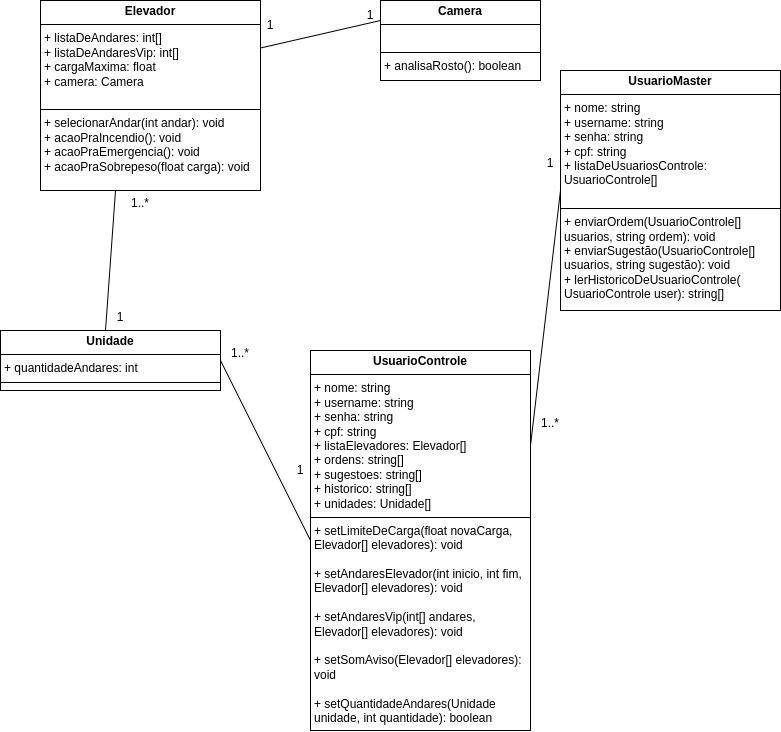
Before: diagramaClasse.drawio.png, a diagram exported from draw.io (AngeloGabriel-dev/Sistema-Elevadores-UML). Source tidied: cells renumbered, new cells last; positions are measured from the earlier drawing's top-left corner, leaving out a move shared by most shapes.
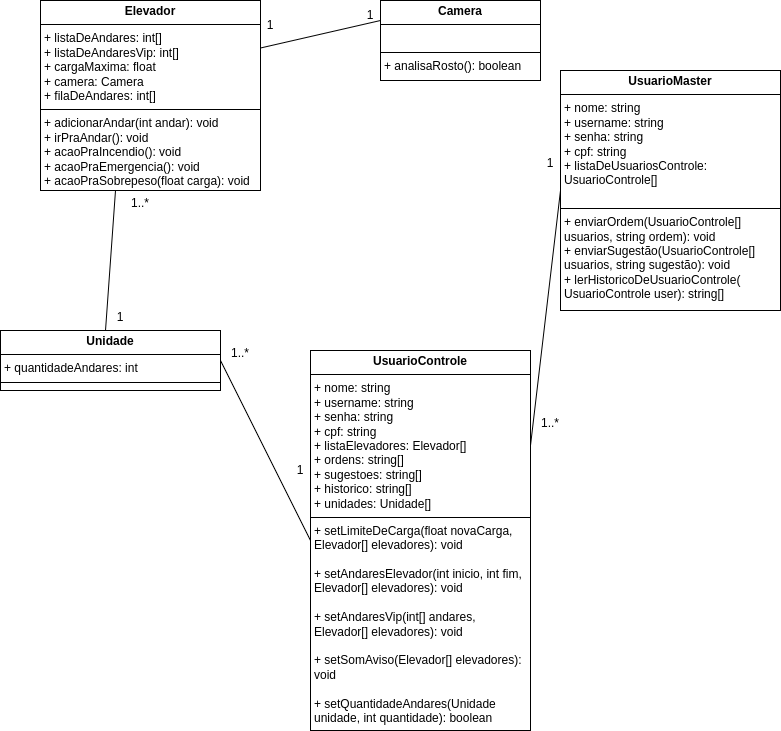
After the commit.

Change to the diagram source:
```diff
@@ -2,7 +2,7 @@
   <root>
     <mxCell id="0" />
     <mxCell id="1" parent="0" />
-    <mxCell id="2" value="&lt;p style=&quot;margin:0px;margin-top:4px;text-align:center;&quot;&gt;&lt;b&gt;Elevador&lt;/b&gt;&lt;/p&gt;&lt;hr size=&quot;1&quot; style=&quot;border-style:solid;&quot;&gt;&lt;p style=&quot;margin:0px;margin-left:4px;&quot;&gt;+ listaDeAndares: int[]&lt;/p&gt;&lt;p style=&quot;margin:0px;margin-left:4px;&quot;&gt;+ listaDeAndaresVip: int[]&lt;/p&gt;&lt;p style=&quot;margin:0px;margin-left:4px;&quot;&gt;+ cargaMaxima: float&lt;/p&gt;&lt;p style=&quot;margin:0px;margin-left:4px;&quot;&gt;+ camera: Camera&lt;/p&gt;&lt;p style=&quot;margin:0px;margin-left:4px;&quot;&gt;&lt;br&gt;&lt;/p&gt;&lt;hr size=&quot;1&quot; style=&quot;border-style:solid;&quot;&gt;&lt;p style=&quot;margin:0px;margin-left:4px;&quot;&gt;+ selecionarAndar(int andar): void&lt;/p&gt;&lt;p style=&quot;margin:0px;margin-left:4px;&quot;&gt;+ acaoPraIncendio(): void&lt;/p&gt;&lt;p style=&quot;margin:0px;margin-left:4px;&quot;&gt;+ acaoPraEmergencia(): void&lt;/p&gt;&lt;p style=&quot;margin:0px;margin-left:4px;&quot;&gt;+ acaoPraSobrepeso(float carga): void&lt;/p&gt;" style="verticalAlign=top;align=left;overflow=fill;html=1;whiteSpace=wrap;" parent="1" vertex="1">
+    <mxCell id="2" value="&lt;p style=&quot;margin:0px;margin-top:4px;text-align:center;&quot;&gt;&lt;b&gt;Elevador&lt;/b&gt;&lt;/p&gt;&lt;hr size=&quot;1&quot; style=&quot;border-style:solid;&quot;&gt;&lt;p style=&quot;margin:0px;margin-left:4px;&quot;&gt;+ listaDeAndares: int[]&lt;/p&gt;&lt;p style=&quot;margin:0px;margin-left:4px;&quot;&gt;+ listaDeAndaresVip: int[]&lt;/p&gt;&lt;p style=&quot;margin:0px;margin-left:4px;&quot;&gt;+ cargaMaxima: float&lt;/p&gt;&lt;p style=&quot;margin:0px;margin-left:4px;&quot;&gt;+ camera: Camera&lt;/p&gt;&lt;p style=&quot;margin:0px;margin-left:4px;&quot;&gt;+ filaDeAndares: int[]&lt;/p&gt;&lt;hr size=&quot;1&quot; style=&quot;border-style:solid;&quot;&gt;&lt;p style=&quot;margin:0px;margin-left:4px;&quot;&gt;+ adicionarAndar(int andar): void&lt;/p&gt;&lt;p style=&quot;margin:0px;margin-left:4px;&quot;&gt;+ irPraAndar(): void&lt;/p&gt;&lt;p style=&quot;margin:0px;margin-left:4px;&quot;&gt;+ acaoPraIncendio(): void&lt;/p&gt;&lt;p style=&quot;margin:0px;margin-left:4px;&quot;&gt;+ acaoPraEmergencia(): void&lt;/p&gt;&lt;p style=&quot;margin:0px;margin-left:4px;&quot;&gt;+ acaoPraSobrepeso(float carga): void&lt;/p&gt;" style="verticalAlign=top;align=left;overflow=fill;html=1;whiteSpace=wrap;" parent="1" vertex="1">
       <mxGeometry x="40" width="220" height="190" as="geometry" />
     </mxCell>
     <mxCell id="3" value="&lt;p style=&quot;margin:0px;margin-top:4px;text-align:center;&quot;&gt;&lt;b&gt;Camera&lt;/b&gt;&lt;/p&gt;&lt;hr size=&quot;1&quot; style=&quot;border-style:solid;&quot;&gt;&lt;p style=&quot;margin:0px;margin-left:4px;&quot;&gt;&lt;br&gt;&lt;/p&gt;&lt;hr size=&quot;1&quot; style=&quot;border-style:solid;&quot;&gt;&lt;p style=&quot;margin:0px;margin-left:4px;&quot;&gt;+ analisaRosto(): boolean&lt;/p&gt;" style="verticalAlign=top;align=left;overflow=fill;html=1;whiteSpace=wrap;" parent="1" vertex="1">
```
